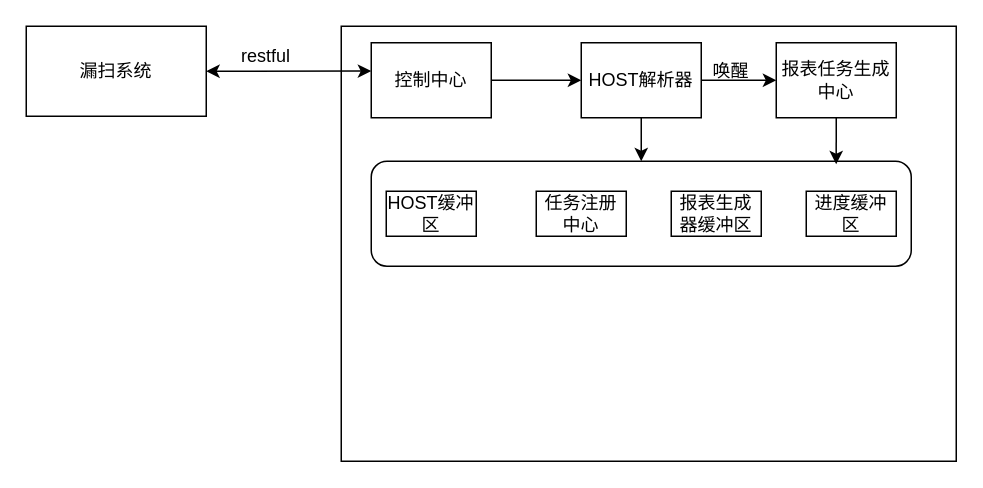
Earlier version of the draw.io diagram 报表引擎.drawio (ztoone/webscan). Source tidied: cells renumbered, new cells numbered last; positions are measured from the earlier drawing's top-left corner, leaving out a move shared by most shapes. Both pictures are drawn from the tidied source at 150%, with x=0, y=0 at pixel (26, 26).
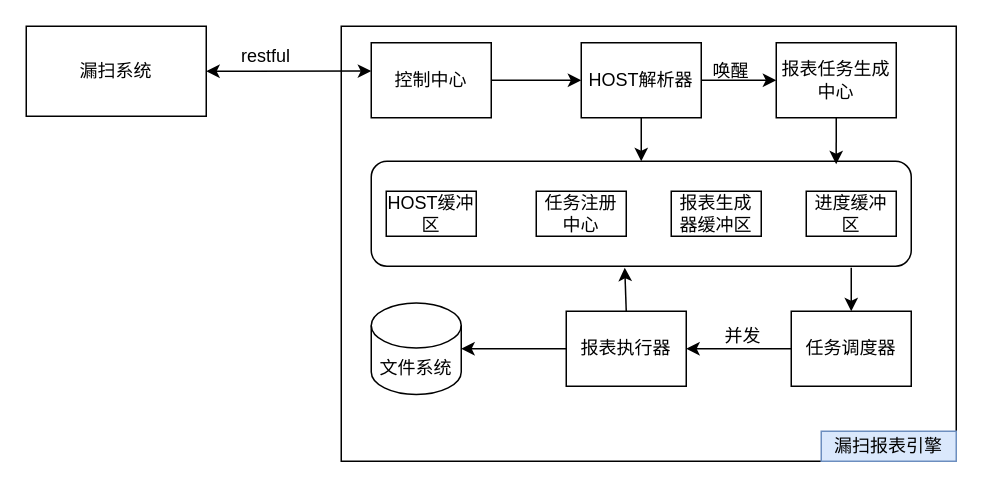
The same diagram, later.

The edit, as a diff of the source:
```diff
@@
+    <mxCell id="19" value="任务调度器" style="rounded=0;whiteSpace=wrap;html=1;" parent="1" vertex="1">
+      <mxGeometry x="510" y="190" width="80" height="50" as="geometry" />
+    </mxCell>
+    <mxCell id="20" style="endArrow=classic;html=1;entryX=0.5;entryY=0;entryDx=0;entryDy=0;" parent="1" edge="1" target="19">
+      <mxGeometry relative="1" as="geometry">
+        <mxPoint x="550" y="161" as="sourcePoint" />
+      </mxGeometry>
+    </mxCell>
+    <mxCell id="21" value="报表执行器" style="rounded=0;whiteSpace=wrap;html=1;" parent="1" vertex="1">
+      <mxGeometry x="360" y="190" width="80" height="50" as="geometry" />
+    </mxCell>
+    <mxCell id="22" style="endArrow=classic;html=1;entryX=1;entryY=0.5;entryDx=0;entryDy=0;exitX=0;exitY=0.5;exitDx=0;exitDy=0;" parent="1" edge="1" source="19" target="21">
+      <mxGeometry relative="1" as="geometry" />
+    </mxCell>
+    <mxCell id="23" value="并发" style="text;html=1;strokeColor=none;fillColor=none;align=center;verticalAlign=middle;whiteSpace=wrap;rounded=0;" parent="1" vertex="1">
+      <mxGeometry x="458" y="197" width="40" height="20" as="geometry" />
+    </mxCell>
+    <mxCell id="24" value="文件系统" style="shape=cylinder3;whiteSpace=wrap;html=1;boundedLbl=1;backgroundOutline=1;size=15;" parent="1" vertex="1">
+      <mxGeometry x="230" y="184.5" width="60" height="61" as="geometry" />
+    </mxCell>
+    <mxCell id="25" style="endArrow=classic;html=1;exitX=0.5;exitY=0;exitDx=0;exitDy=0;" parent="1" edge="1" source="21">
+      <mxGeometry relative="1" as="geometry">
+        <mxPoint x="399" y="161" as="targetPoint" />
+      </mxGeometry>
+    </mxCell>
+    <mxCell id="26" style="endArrow=classic;html=1;exitX=0;exitY=0.5;exitDx=0;exitDy=0;entryX=1;entryY=0.5;entryDx=0;entryDy=0;entryPerimeter=0;" parent="1" edge="1" source="21" target="24">
+      <mxGeometry relative="1" as="geometry" />
+    </mxCell>
+    <mxCell id="27" value="漏扫报表引擎" style="text;html=1;strokeColor=#6c8ebf;fillColor=#dae8fc;align=center;verticalAlign=middle;whiteSpace=wrap;rounded=0;" parent="1" vertex="1">
+      <mxGeometry x="530" y="270" width="90" height="20" as="geometry" />
+    </mxCell>
```
